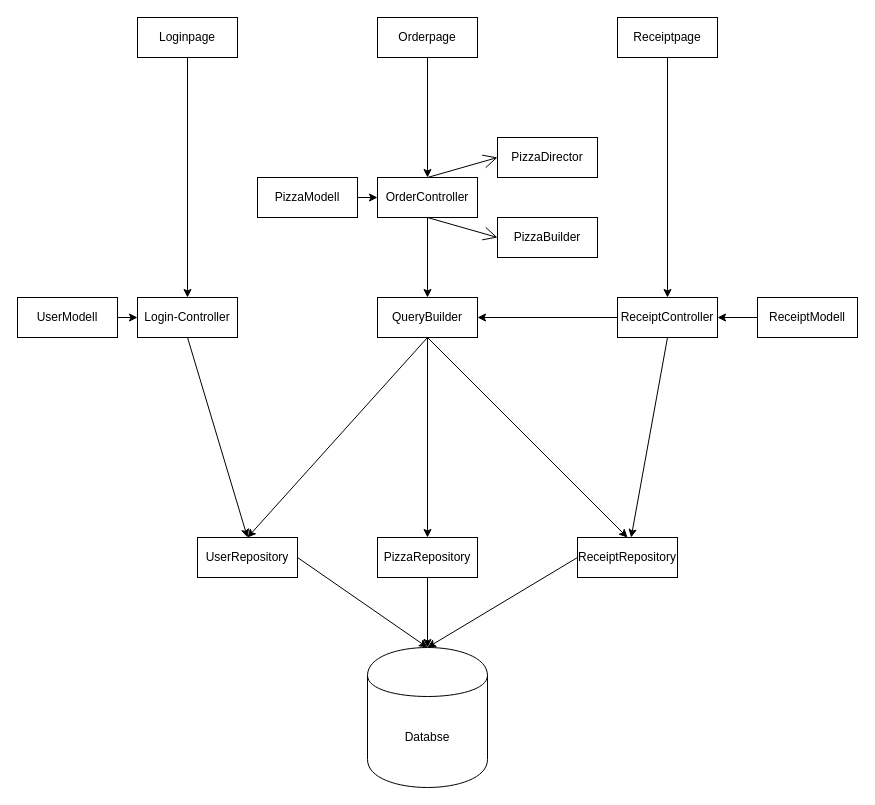
This is Dokumentation & planning/Systemplanning.drawio from Kaktussaft/Pizzaservice, a draw.io file, before an edit. Source tidied: cells renumbered, new cells numbered last; positions are measured from the earlier drawing's top-left corner, leaving out a move shared by most shapes. Both pictures are drawn from the tidied source at 100%, with x=0, y=0 at pixel (17, 17).
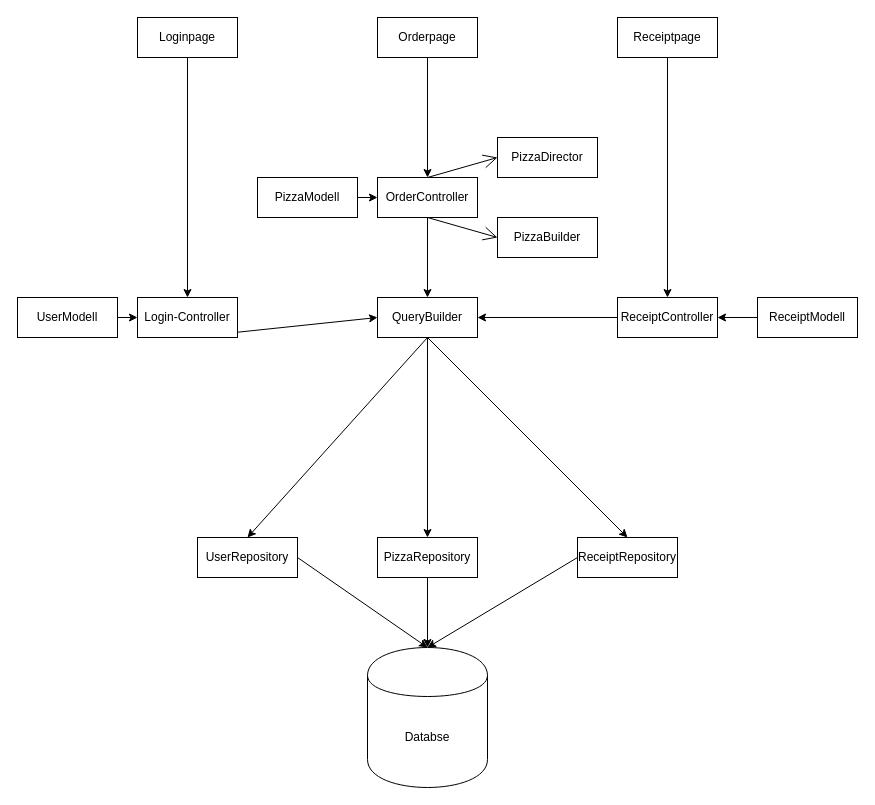
Above is the later version.

The change refers to these unchanged cells:
```xml
<mxCell id="10" value="UserRepository" style="whiteSpace=wrap;html=1;align=center;" parent="1" vertex="1">
  <mxGeometry x="180" y="520" width="100" height="40" as="geometry" />
</mxCell>
<mxCell id="14" value="ReceiptRepository" style="whiteSpace=wrap;html=1;align=center;" parent="1" vertex="1">
  <mxGeometry x="560" y="520" width="100" height="40" as="geometry" />
</mxCell>
<mxCell id="19" value="QueryBuilder" style="whiteSpace=wrap;html=1;align=center;" parent="1" vertex="1">
  <mxGeometry x="360" y="280" width="100" height="40" as="geometry" />
</mxCell>
<mxCell id="22" value="Login-Controller" style="whiteSpace=wrap;html=1;align=center;" parent="1" vertex="1">
  <mxGeometry x="120" y="280" width="100" height="40" as="geometry" />
</mxCell>
<mxCell id="27" value="ReceiptController" style="whiteSpace=wrap;html=1;align=center;" parent="1" vertex="1">
  <mxGeometry x="600" y="280" width="100" height="40" as="geometry" />
</mxCell>
```

Diff of the diagram source:
```diff
@@
-    <mxCell id="21" style="edgeStyle=none;html=1;exitX=0.5;exitY=1;exitDx=0;exitDy=0;entryX=0.5;entryY=0;entryDx=0;entryDy=0;" parent="1" edge="1" source="22" target="10">
+    <mxCell id="21" style="edgeStyle=none;html=1;exitX=0.5;exitY=1;exitDx=0;exitDy=0;entryX=0;entryY=0.5;entryDx=0;entryDy=0;" parent="1" edge="1" source="22" target="19">
       <mxGeometry relative="1" as="geometry" />
     </mxCell>
@@
-    <mxCell id="26" style="edgeStyle=none;html=1;exitX=0.5;exitY=1;exitDx=0;exitDy=0;" parent="1" edge="1" source="27" target="14">
-      <mxGeometry relative="1" as="geometry" />
-    </mxCell>
```
